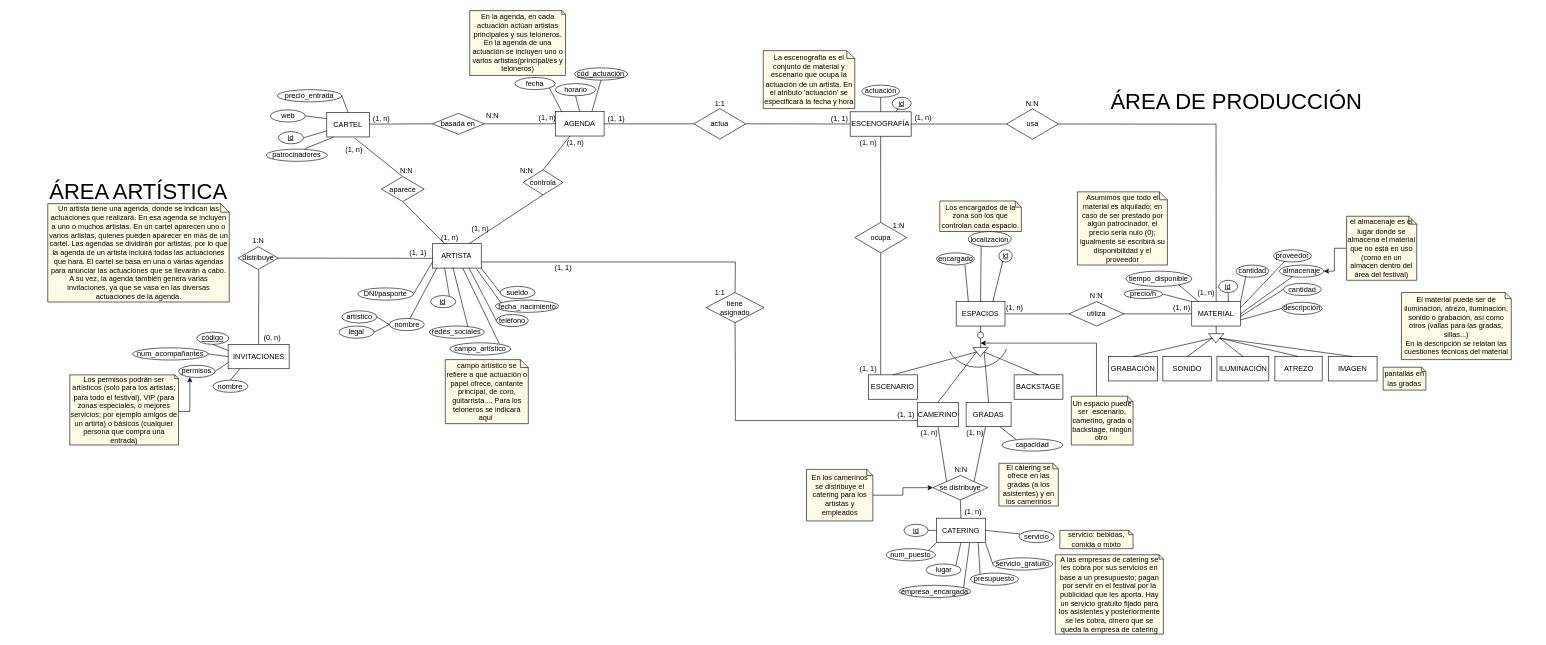
mariaalamocedillo/Quevedofest keeps this draw.io diagram as Modelo conceptual/QuevedoFest_E-R.drawio. Above is the earlier version. Source tidied: cells renumbered, new cells numbered last; positions are measured from the earlier drawing's top-left corner, leaving out a move shared by most shapes. Both pictures are drawn from the tidied source at 61%, with x=0, y=0 at pixel (10, 10).
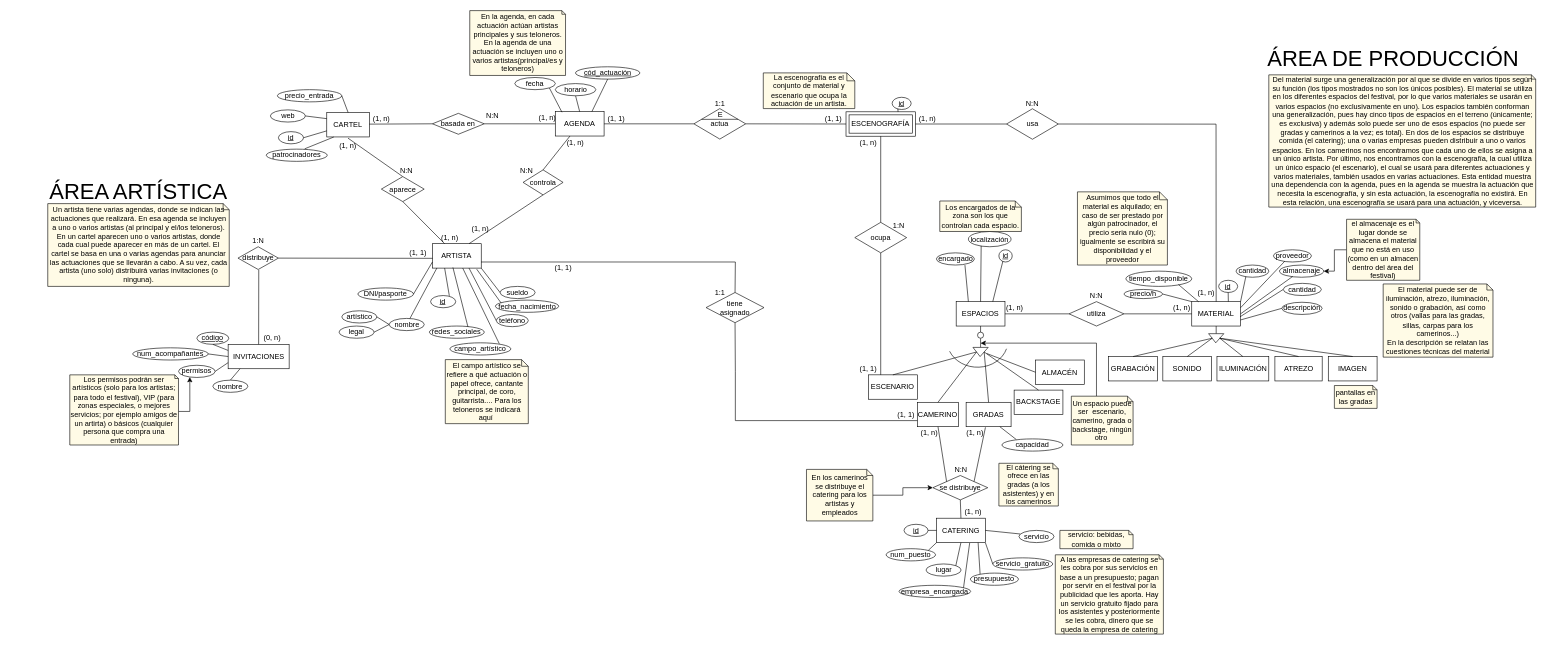
After the change.

Unchanged cells that the change refers to:
```xml
<mxCell id="3" value="CARTEL" style="rounded=0;whiteSpace=wrap;html=1;" parent="1" vertex="1">
  <mxGeometry x="518.2" y="167" width="70" height="40" as="geometry" />
</mxCell>
<mxCell id="119" value="aparece" style="shape=rhombus;perimeter=rhombusPerimeter;whiteSpace=wrap;html=1;align=center;" parent="1" vertex="1">
  <mxGeometry x="607.7" y="272" width="70.2" height="41" as="geometry" />
</mxCell>
```

Diff of the diagram source:
```diff
@@
+    <mxCell id="15" value="ESCENOGRAFÍA" style="shape=ext;margin=3;double=1;whiteSpace=wrap;html=1;align=center;" parent="1" vertex="1">
+      <mxGeometry x="1369.4" y="165.8" width="113.8" height="40" as="geometry" />
+    </mxCell>
@@
     <mxCell id="13" value="BACKSTAGE" style="rounded=0;whiteSpace=wrap;html=1;" parent="1" vertex="1">
-      <mxGeometry x="1645" y="597" width="80" height="40" as="geometry" />
+      <mxGeometry x="1645" y="622" width="80" height="40" as="geometry" />
     </mxCell>
@@
-    <mxCell id="15" value="ESCENOGRAFÍA" style="rounded=0;whiteSpace=wrap;html=1;" parent="1" vertex="1">
-      <mxGeometry x="1376.2" y="165.8" width="100" height="40" as="geometry" />
-    </mxCell>
@@
-    <mxCell id="36" value="La escenografía es el conjunto de material y escenario que ocupa la actuación de un artista. En el atributo 'actuación' se especificará la fecha y hora" style="shape=note;size=13;whiteSpace=wrap;html=1;fillColor=#FFFBE6;" parent="1" vertex="1">
-      <mxGeometry x="1233.8" y="65.5" width="150" height="95" as="geometry" />
+    <mxCell id="36" value="La escenografía es el conjunto de material y escenario que ocupa la actuación de un artista." style="shape=note;size=13;whiteSpace=wrap;html=1;fillColor=#FFFBE6;" parent="1" vertex="1">
+      <mxGeometry x="1233.8" y="102" width="150" height="58.5" as="geometry" />
     </mxCell>
-    <mxCell id="37" value="El material puede ser de iluminación, atrezo, iluminación, sonido o grabación, así como otros (vallas para las gradas, sillas...)&lt;br&gt;En la descripción se relatan las cuestiones técnicas del material" style="shape=note;size=10;whiteSpace=wrap;html=1;fillColor=#FFFBE6;" parent="1" vertex="1">
-      <mxGeometry x="2280" y="462" width="180" height="110" as="geometry" />
+    <mxCell id="37" value="El material puede ser de iluminación, atrezo, iluminación, sonido o grabación, así como otros (vallas para las gradas, sillas, carpas para los camerinos...)&lt;br&gt;En la descripción se relatan las cuestiones técnicas del material" style="shape=note;size=10;whiteSpace=wrap;html=1;fillColor=#FFFBE6;" parent="1" vertex="1">
+      <mxGeometry x="2250" y="448" width="180" height="120" as="geometry" />
     </mxCell>
@@
     <mxCell id="47" value="pantallas en las gradas" style="shape=note;size=7;whiteSpace=wrap;html=1;fillColor=#FFFBE6;" parent="1" vertex="1">
-      <mxGeometry x="2250" y="584.5" width="70" height="37.5" as="geometry" />
+      <mxGeometry x="2170" y="614.5" width="70" height="37.5" as="geometry" />
     </mxCell>
@@
-    <mxCell id="62" value="campo artístico se refiere a qué actuación o papel ofrece, cantante principal, de coro, guitarrista.... Para los teloneros se indicará aquí&amp;nbsp;" style="shape=note;size=13;whiteSpace=wrap;html=1;fillColor=#FFFBE6;" parent="1" vertex="1">
+    <mxCell id="62" value="El campo artístico se refiere a qué actuación o papel ofrece, cantante principal, de coro, guitarrista.... Para los teloneros se indicará aquí&amp;nbsp;" style="shape=note;size=11;whiteSpace=wrap;html=1;fillColor=#FFFBE6;" parent="1" vertex="1">
       <mxGeometry x="712.5" y="572" width="136.1" height="105" as="geometry" />
     </mxCell>
@@
-    <mxCell id="85" value="el almacenaje es el lugar donde se almacena el material que no está en uso (como en un almacen dentro del área del festival)" style="shape=note;size=13;whiteSpace=wrap;html=1;fillColor=#FFFBE6;" parent="1" vertex="1">
-      <mxGeometry x="2190" y="337" width="115" height="105" as="geometry" />
+    <mxCell id="85" value="el almacenaje es el lugar donde se almacena el material que no está en uso (como en un almacen dentro del área del festival)" style="shape=note;size=6;whiteSpace=wrap;html=1;fillColor=#FFFBE6;" parent="1" vertex="1">
+      <mxGeometry x="2190" y="342" width="120" height="100" as="geometry" />
     </mxCell>
@@
-    <mxCell id="94" value="actuación" style="ellipse;whiteSpace=wrap;html=1;align=center;fillColor=#FFFFFF;" parent="1" vertex="1">
-      <mxGeometry x="1395" y="122" width="62.5" height="20" as="geometry" />
-    </mxCell>
-    <mxCell id="95" style="endArrow=none;html=1;rounded=0;exitX=0.5;exitY=1;exitDx=0;exitDy=0;entryX=0.5;entryY=0;entryDx=0;entryDy=0;" parent="1" edge="1" source="94" target="15">
-      <mxGeometry relative="1" as="geometry" />
-    </mxCell>
@@
-    <mxCell id="118" style="endArrow=none;html=1;rounded=0;entryX=0.5;entryY=0;entryDx=0;entryDy=0;exitX=0.654;exitY=1.05;exitDx=0;exitDy=0;exitPerimeter=0;" parent="1" edge="1" source="3" target="119">
-      <mxGeometry relative="1" as="geometry" />
+    <mxCell id="118" style="endArrow=none;html=1;rounded=0;entryX=0.5;entryY=0;entryDx=0;entryDy=0;" parent="1" edge="1" target="119">
+      <mxGeometry relative="1" as="geometry">
+        <mxPoint x="553" y="209" as="sourcePoint" />
+      </mxGeometry>
     </mxCell>
@@
     <mxCell id="137" value="&lt;u&gt;cód_actuación&lt;/u&gt;" style="ellipse;whiteSpace=wrap;html=1;align=center;fillColor=#FFFFFF;" parent="1" vertex="1">
-      <mxGeometry x="924.4" y="93.8" width="86.9" height="20" as="geometry" />
+      <mxGeometry x="925.9" y="92" width="105.6" height="20.2" as="geometry" />
     </mxCell>
@@
     <mxCell id="154" value="&lt;font style=&quot;font-size: 36px&quot;&gt;ÁREA DE PRODUCCIÓN&lt;/font&gt;" style="text;html=1;strokeColor=none;fillColor=none;align=center;verticalAlign=middle;whiteSpace=wrap;rounded=0;" parent="1" vertex="1">
-      <mxGeometry x="1800" y="106.3" width="419" height="85.7" as="geometry" />
+      <mxGeometry x="2056.8" y="36.3" width="419" height="85.7" as="geometry" />
     </mxCell>
@@
     <mxCell id="160" value="(1, n)" style="text;html=1;strokeColor=none;fillColor=none;align=center;verticalAlign=middle;whiteSpace=wrap;rounded=0;" parent="1" vertex="1">
-      <mxGeometry x="1476.2" y="165.8" width="40" height="20" as="geometry" />
+      <mxGeometry x="1483.1" y="167" width="40" height="20" as="geometry" />
     </mxCell>
@@
     <mxCell id="174" value="(1, n)" style="text;html=1;strokeColor=none;fillColor=none;align=center;verticalAlign=middle;whiteSpace=wrap;rounded=0;" parent="1" vertex="1">
-      <mxGeometry x="542.8" y="218.3" width="40" height="20" as="geometry" />
+      <mxGeometry x="533.2" y="210.8" width="40" height="20" as="geometry" />
     </mxCell>
@@
-    <mxCell id="181" value="Un artista tiene una agenda, donde se indican las actuaciones que realizará. En esa agenda se incluyen a uno o muchos artistas. En un cartel aparecen uno o varios artistas, quienes pueden aparecer en más de un cartel. Las agendas se dividirán por artistas, por lo que la agenda de un artista incluirá todas las actuaciones que hará. El cartel se basa en una o varias agendas para anunciar las actuaciones que se llevarán a cabo. A su vez, la agenda también genera varias invitaciones, ya que se vasa en las diversas actuaciones de la agenda." style="shape=note;size=14;whiteSpace=wrap;html=1;fillColor=#FFFBE6;" parent="1" vertex="1">
-      <mxGeometry x="60.8" y="316.3" width="297.5" height="161.3" as="geometry" />
+    <mxCell id="181" value="Un artista tiene varias agendas, donde se indican las actuaciones que realizará. En esa agenda se incluyen a uno o varios artistas (al principal y el/los teloneros). En un cartel aparecen uno o varios artistas, donde cada cual puede aparecer en más de un cartel. El cartel se basa en una o varias agendas para anunciar las actuaciones que se llevarán a cabo. A su vez, cada artista (uno solo) distribuirá varias invitaciones (o ninguna)." style="shape=note;size=10;whiteSpace=wrap;html=1;fillColor=#FFFBE6;" parent="1" vertex="1">
+      <mxGeometry x="60.8" y="316.3" width="297.5" height="135.7" as="geometry" />
     </mxCell>
@@
     <mxCell id="186" value="(1, 1)" style="text;html=1;strokeColor=none;fillColor=none;align=center;verticalAlign=middle;whiteSpace=wrap;rounded=0;" parent="1" vertex="1">
-      <mxGeometry x="1339" y="168.3" width="40" height="20" as="geometry" />
+      <mxGeometry x="1329.4" y="167" width="40" height="20" as="geometry" />
     </mxCell>
@@
+    <mxCell id="202" value="Del material surge una generalización por al que se divide en varios tipos según su función (los tipos mostrados no son los únicos posibles). El material se utiliza en los diferentes espacios del festival, por lo que varios materiales se usarán en varios espacios (no exclusivamente en uno). Los espacios también conforman una generalización, pues hay cinco tipos de espacios en el terreno (únicamente; es exclusiva) y además solo puede ser uno de esos espacios (no puede ser gradas y camerinos a la vez; es total). En dos de los espacios se distribuye comida (el catering); una o varias empresas pueden distribuir a uno o varios espacios. En los camerinos nos encontramos que cada uno de ellos se asigna a un único artista. Por último, nos encontramos con la escenografía, la cual utiliza un único espacio (el escenario), el cual se usará para diferentes actuaciones y varios materiales, también usados en varias actuaciones. Esta entidad muestra una dependencia con la agenda, pues en la agenda se muestra la actuación que necesita la escenografía, y sin esta actuación, la escenografía no existirá. En esta relación, una escenografía se usará para una actuación, y viceversa." style="shape=note;size=7;whiteSpace=wrap;html=1;fillColor=#FFFBE6;" parent="1" vertex="1">
+      <mxGeometry x="2062.5" y="105.2" width="437.5" height="216.8" as="geometry" />
+    </mxCell>
+    <mxCell id="203" value="ALMACÉN" style="rounded=0;whiteSpace=wrap;html=1;" parent="1" vertex="1">
+      <mxGeometry x="1680" y="572.7" width="80" height="40" as="geometry" />
+    </mxCell>
+    <mxCell id="204" style="endArrow=none;html=1;rounded=0;entryX=0;entryY=0.5;entryDx=0;entryDy=0;" parent="1" edge="1" target="203">
+      <mxGeometry relative="1" as="geometry">
+        <mxPoint x="1600" y="562" as="sourcePoint" />
+      </mxGeometry>
+    </mxCell>
+    <mxCell id="205" style="endArrow=none;html=1;rounded=0;" parent="1" edge="1">
+      <mxGeometry relative="1" as="geometry">
+        <mxPoint x="1132.5" y="178.2" as="sourcePoint" />
+        <mxPoint x="1192.5" y="178.1" as="targetPoint" />
+        <Array as="points">
+          <mxPoint x="1162.5" y="178.1" />
+        </Array>
+      </mxGeometry>
+    </mxCell>
+    <mxCell id="206" value="E" style="text;html=1;align=center;verticalAlign=middle;strokeColor=none;" parent="1" vertex="1">
+      <mxGeometry x="1152.5" y="160.5" width="20" height="20" as="geometry" />
+    </mxCell>
```
